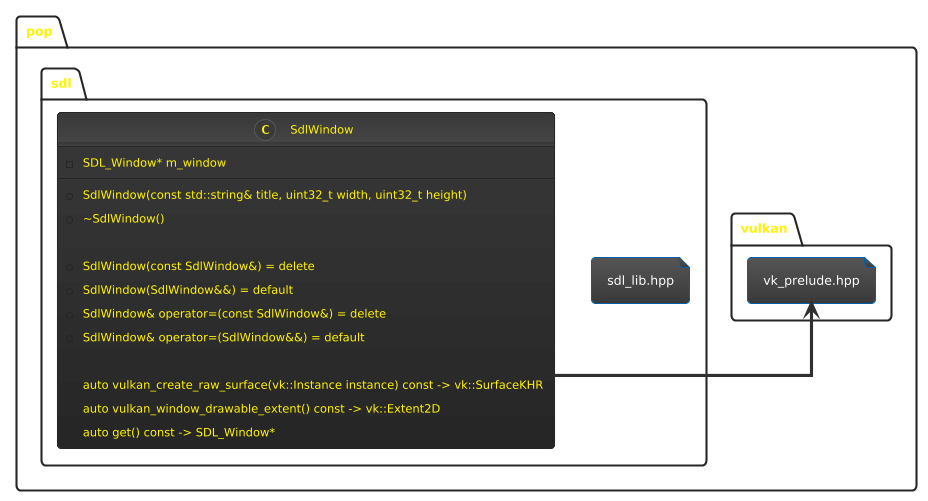
Earlier version of the PlantUML export UML/sdl/detailed_diagram_sdl.png (Genkunen/ProgramowanieObiektoweProjekt). Its diagram source:
```plantuml
@startuml
!theme black-knight
skinparam linetype ortho

allowmixing

namespace pop {

    namespace sdl {
        file "sdl_lib.hpp" as sdl_lib

        class "SdlWindow" as SdlWindow {
            + SdlWindow(const std::string& title, uint32_t width, uint32_t height)
            + ~SdlWindow()

            + SdlWindow(const SdlWindow&) = delete
            + SdlWindow(SdlWindow&&) = default
            + SdlWindow& operator=(const SdlWindow&) = delete
            + SdlWindow& operator=(SdlWindow&&) = default

            + auto vulkan_create_raw_surface(vk::Instance instance) const -> vk::SurfaceKHR
            + auto vulkan_window_drawable_extent() const -> vk::Extent2D
            + auto get() const -> SDL_Window*

            - SDL_Window* m_window
        }
    }

    namespace vulkan {
        file "vk_prelude.hpp" as vk_prelude
    }

    SdlWindow -> vk_prelude
}

@enduml
```
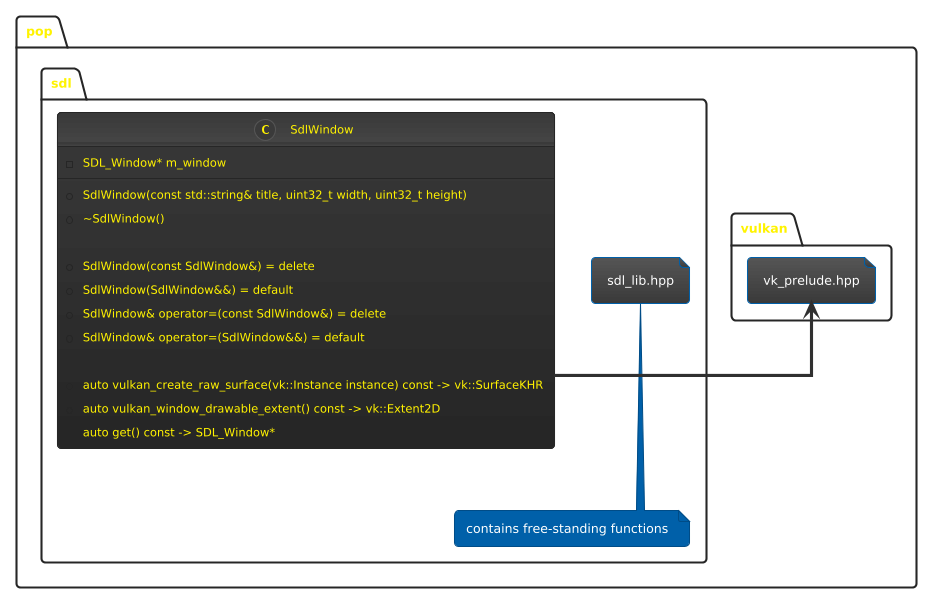
Above is the later version.

Change to the diagram source:
```diff
@@ -8,6 +8,7 @@
 
     namespace sdl {
         file "sdl_lib.hpp" as sdl_lib
+        note bottom of sdl_lib : contains free-standing functions
 
         class "SdlWindow" as SdlWindow {
             + SdlWindow(const std::string& title, uint32_t width, uint32_t height)
```
